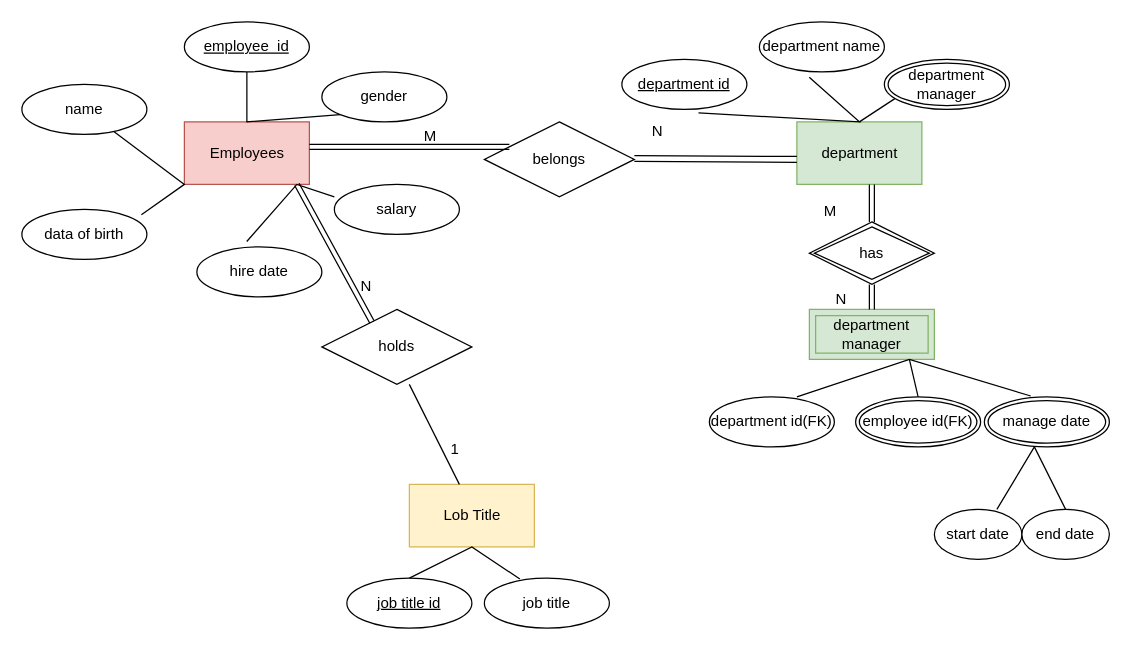
Above: page "Page-1 rough idea" (1 of 4) of Untitled Diagram.drawio in eminishimoto/db_ca1 (draw.io), before the change. Source tidied: cells renumbered, new cells numbered last; positions are measured from the earlier drawing's top-left corner, leaving out a move shared by most shapes. Both pictures are drawn from the tidied source at 125%, with x=0, y=0 at pixel (21, 21).
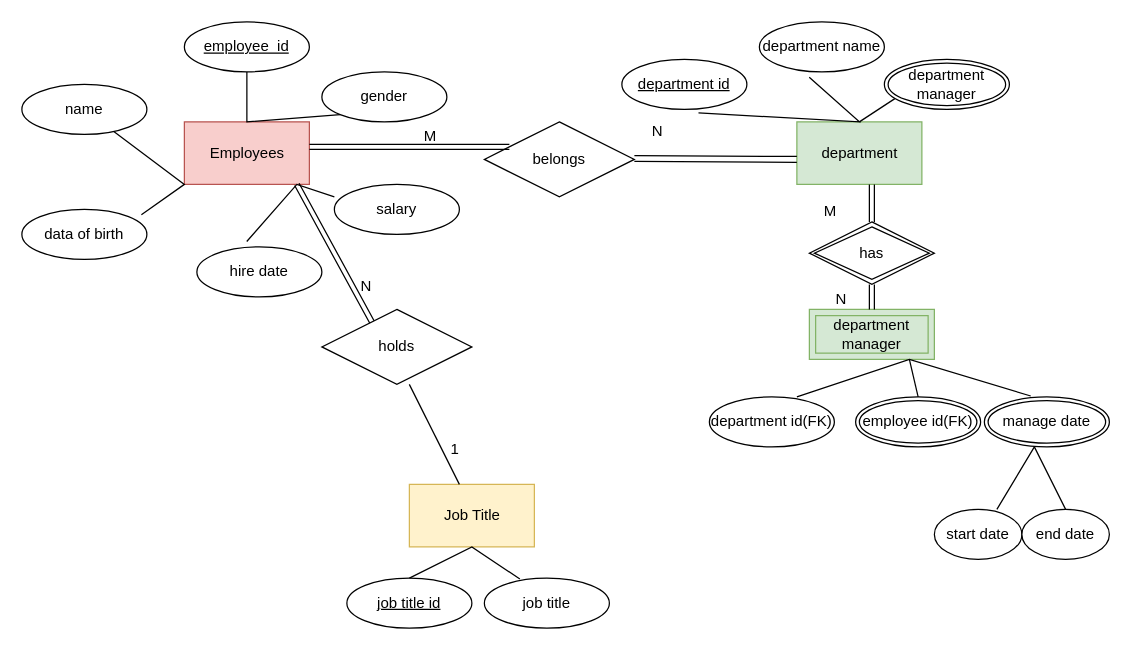
The same page after the edit.

What changed in the source:
```diff
@@
-    <mxCell id="3" value="Lob Title" style="html=1;dashed=0;whitespace=wrap;fillColor=#fff2cc;strokeColor=#d6b656;" parent="1" vertex="1">
+    <mxCell id="3" value="Job Title" style="html=1;dashed=0;whitespace=wrap;fillColor=#fff2cc;strokeColor=#d6b656;" parent="1" vertex="1">
       <mxGeometry x="310" y="370" width="100" height="50" as="geometry" />
     </mxCell>
```
